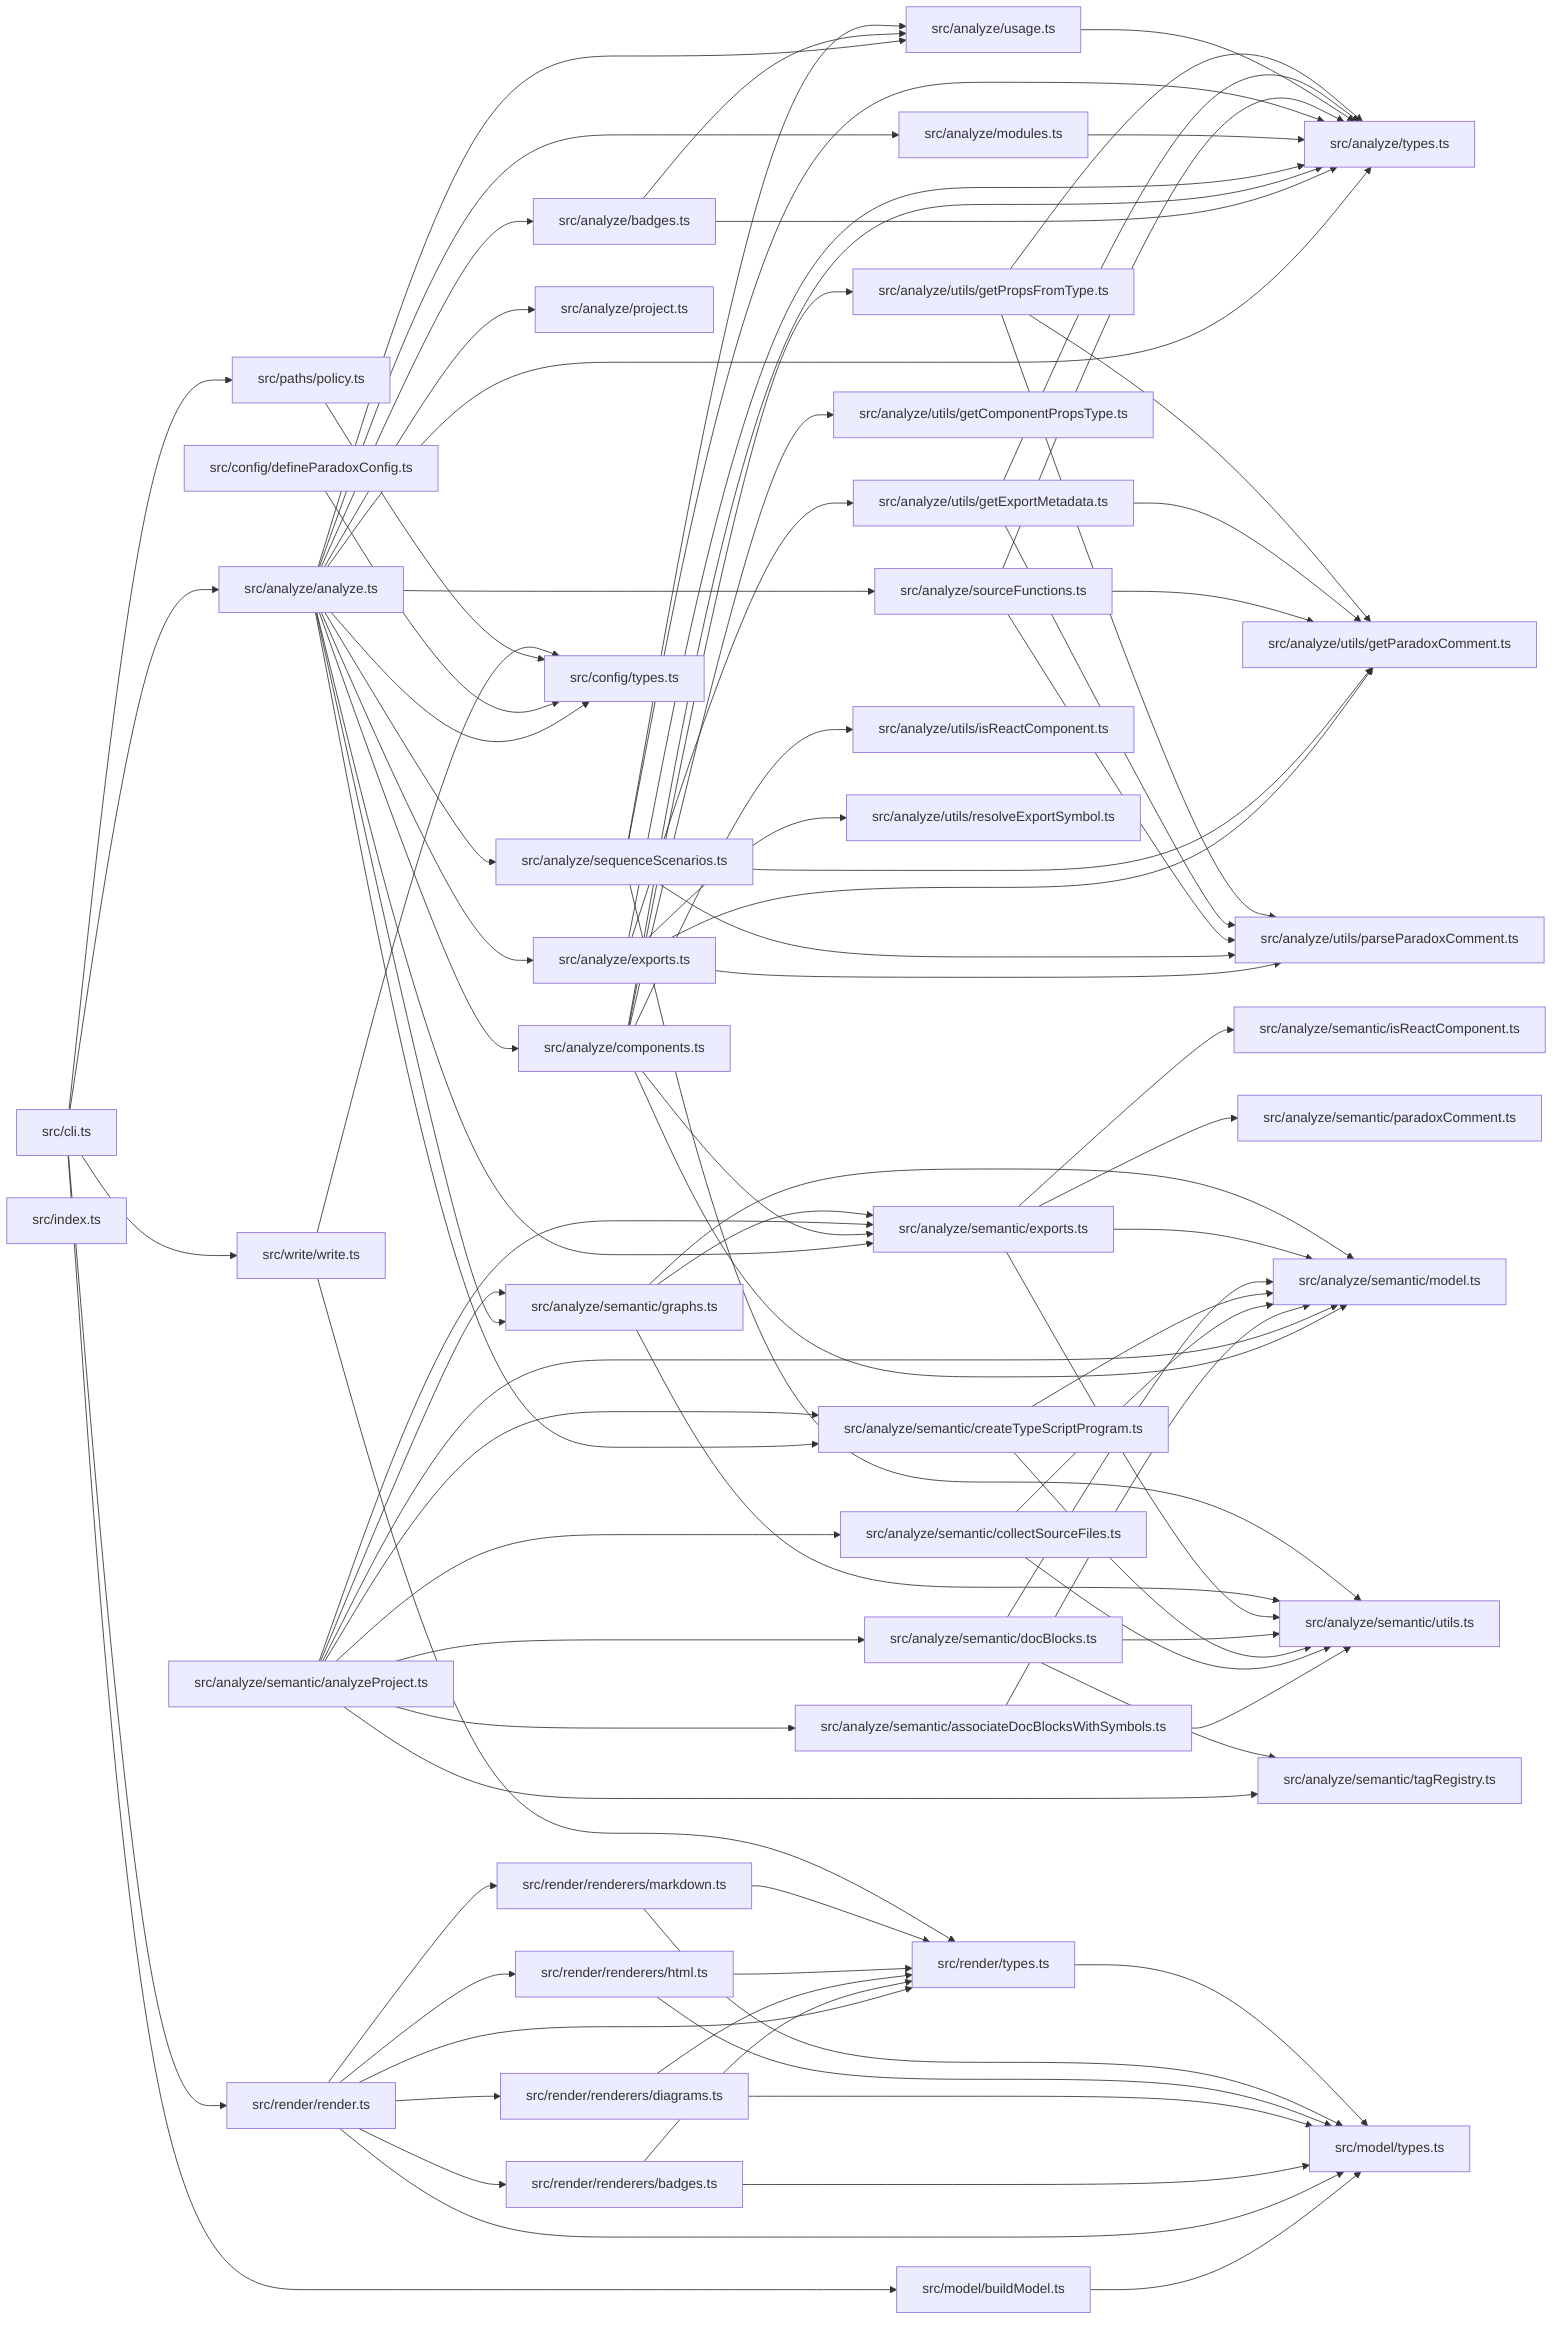
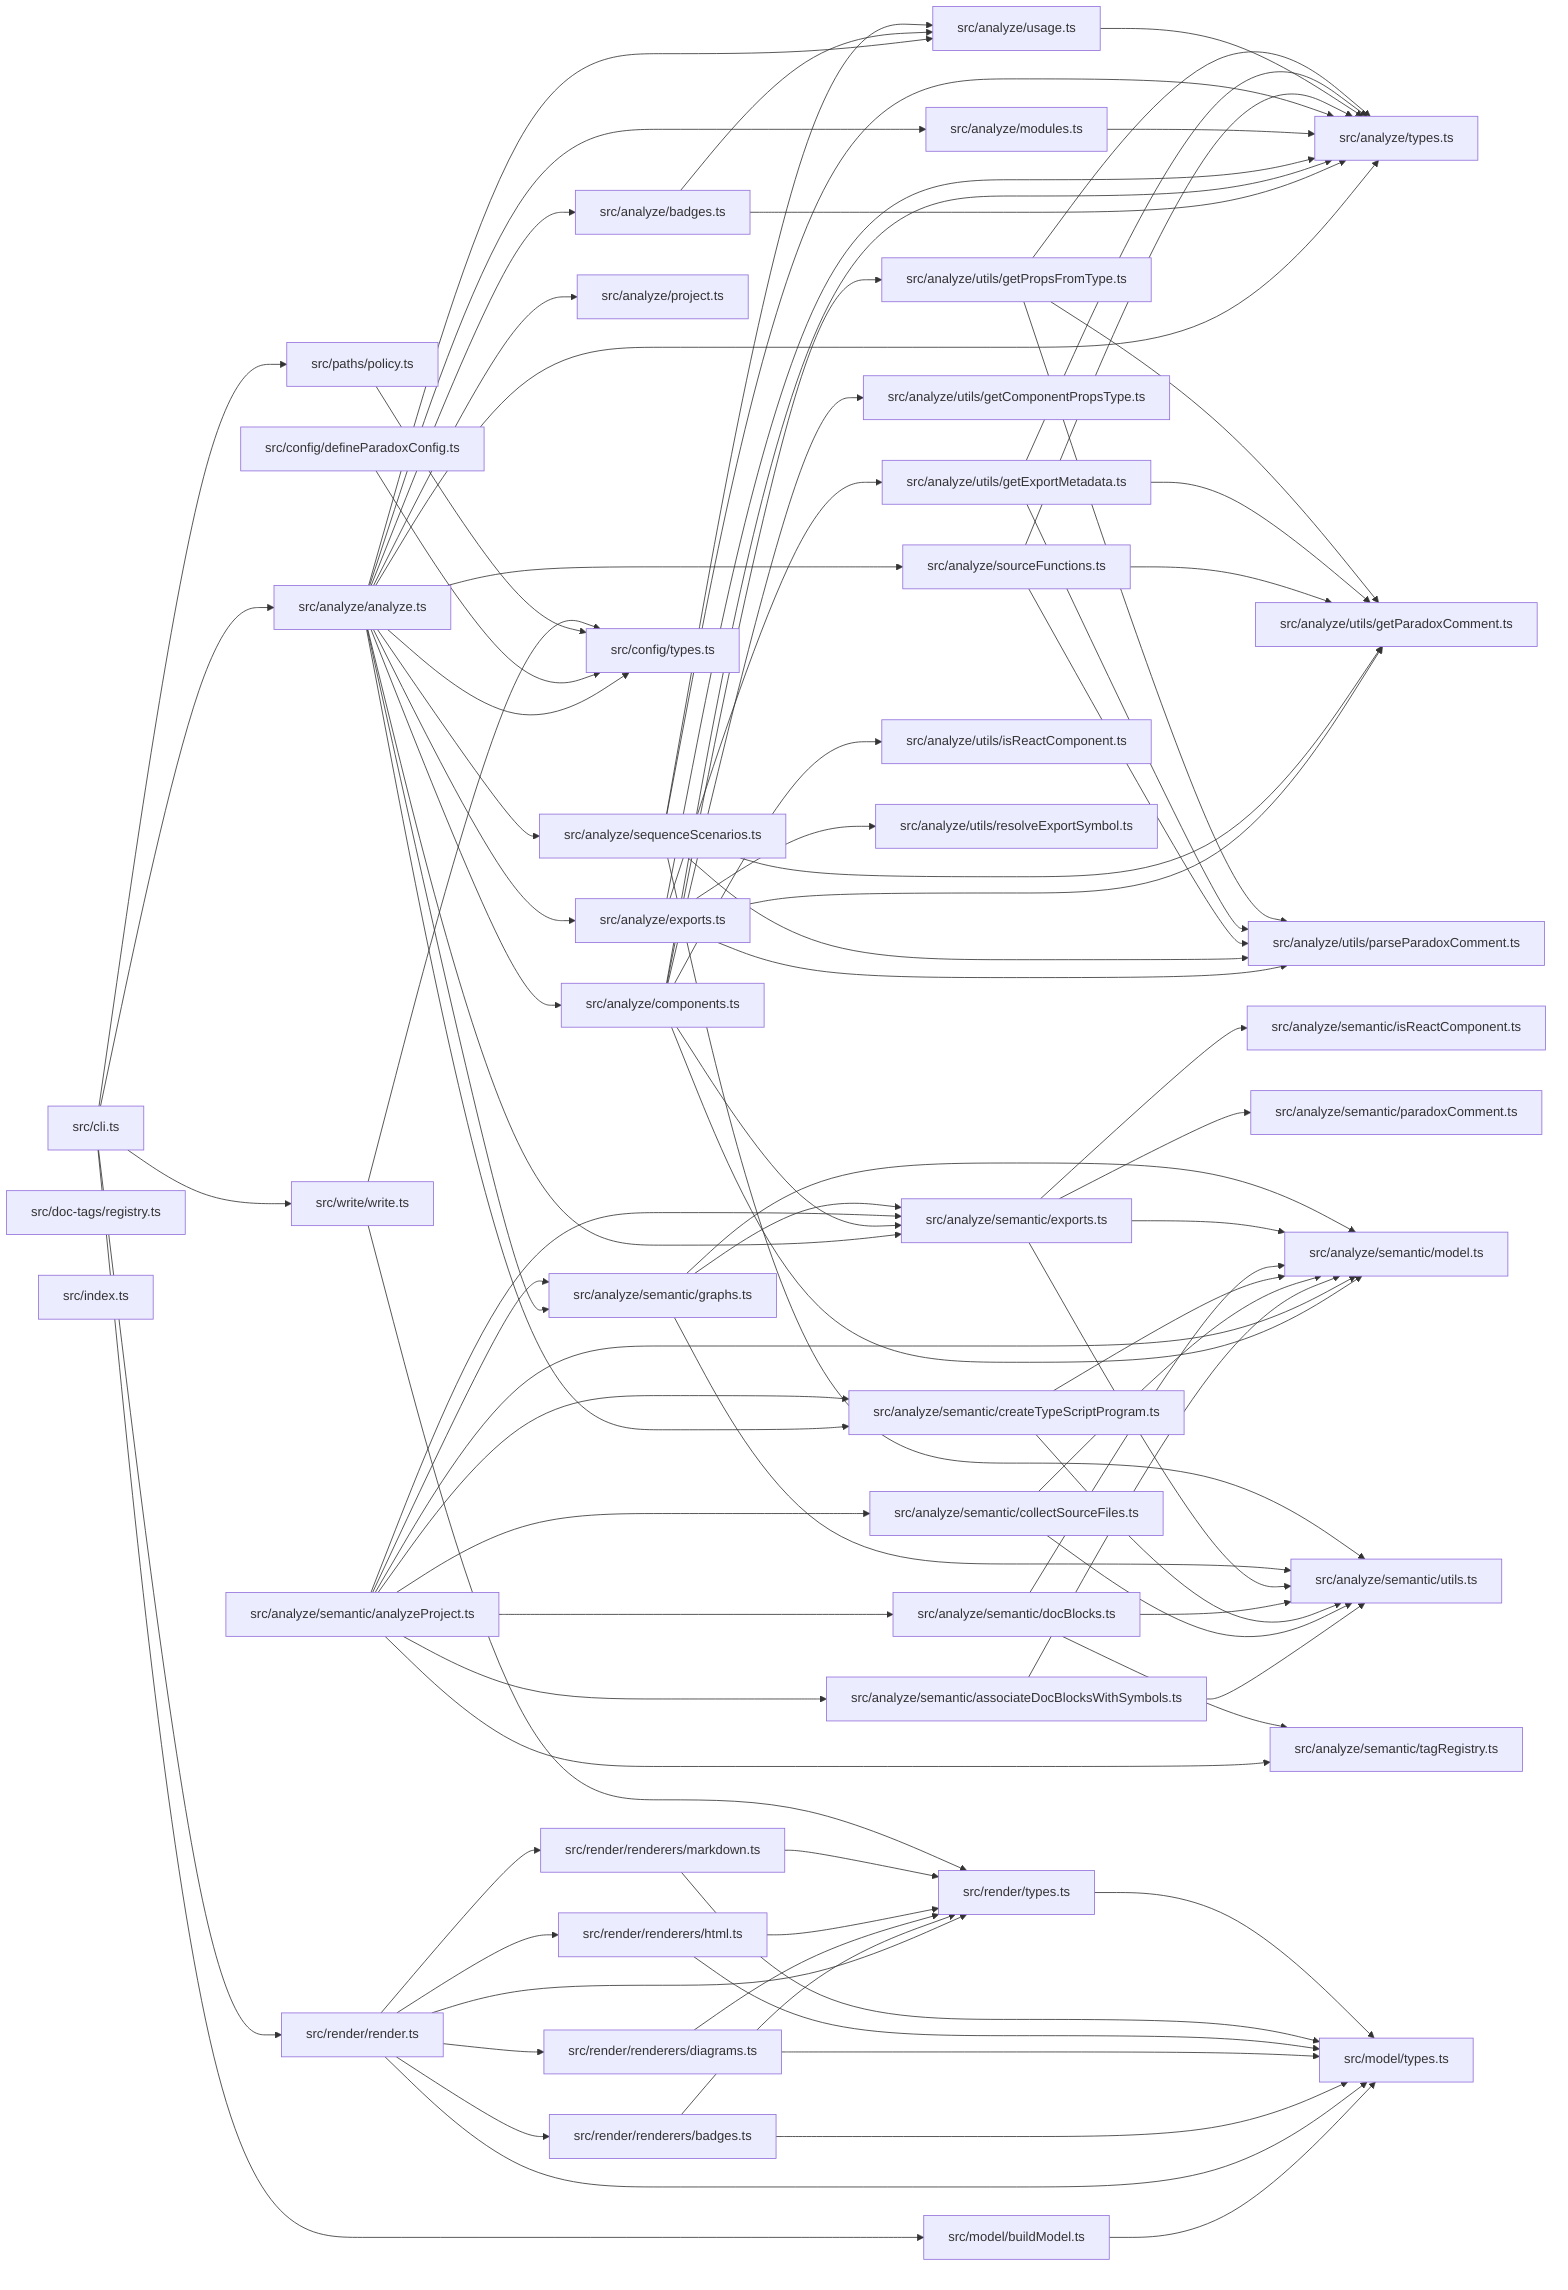
graph LR
  module_src_analyze_analyze_ts["src/analyze/analyze.ts"]
  module_src_analyze_badges_ts["src/analyze/badges.ts"]
  module_src_analyze_components_ts["src/analyze/components.ts"]
  module_src_analyze_exports_ts["src/analyze/exports.ts"]
  module_src_analyze_modules_ts["src/analyze/modules.ts"]
  module_src_analyze_project_ts["src/analyze/project.ts"]
  module_src_analyze_semantic_analyzeProject_ts["src/analyze/semantic/analyzeProject.ts"]
  module_src_analyze_semantic_associateDocBlocksWithSymbols_ts["src/analyze/semantic/associateDocBlocksWithSymbols.ts"]
  module_src_analyze_semantic_collectSourceFiles_ts["src/analyze/semantic/collectSourceFiles.ts"]
  module_src_analyze_semantic_createTypeScriptProgram_ts["src/analyze/semantic/createTypeScriptProgram.ts"]
  module_src_analyze_semantic_docBlocks_ts["src/analyze/semantic/docBlocks.ts"]
  module_src_analyze_semantic_exports_ts["src/analyze/semantic/exports.ts"]
  module_src_analyze_semantic_graphs_ts["src/analyze/semantic/graphs.ts"]
  module_src_analyze_semantic_isReactComponent_ts["src/analyze/semantic/isReactComponent.ts"]
  module_src_analyze_semantic_model_ts["src/analyze/semantic/model.ts"]
  module_src_analyze_semantic_paradoxComment_ts["src/analyze/semantic/paradoxComment.ts"]
  module_src_analyze_semantic_tagRegistry_ts["src/analyze/semantic/tagRegistry.ts"]
  module_src_analyze_semantic_utils_ts["src/analyze/semantic/utils.ts"]
  module_src_analyze_sequenceScenarios_ts["src/analyze/sequenceScenarios.ts"]
  module_src_analyze_sourceFunctions_ts["src/analyze/sourceFunctions.ts"]
  module_src_analyze_types_ts["src/analyze/types.ts"]
  module_src_analyze_usage_ts["src/analyze/usage.ts"]
  module_src_analyze_utils_getComponentPropsType_ts["src/analyze/utils/getComponentPropsType.ts"]
  module_src_analyze_utils_getExportMetadata_ts["src/analyze/utils/getExportMetadata.ts"]
  module_src_analyze_utils_getParadoxComment_ts["src/analyze/utils/getParadoxComment.ts"]
  module_src_analyze_utils_getPropsFromType_ts["src/analyze/utils/getPropsFromType.ts"]
  module_src_analyze_utils_isReactComponent_ts["src/analyze/utils/isReactComponent.ts"]
  module_src_analyze_utils_parseParadoxComment_ts["src/analyze/utils/parseParadoxComment.ts"]
  module_src_analyze_utils_resolveExportSymbol_ts["src/analyze/utils/resolveExportSymbol.ts"]
  module_src_cli_ts["src/cli.ts"]
  module_src_config_defineParadoxConfig_ts["src/config/defineParadoxConfig.ts"]
  module_src_config_types_ts["src/config/types.ts"]
+   module_src_doc_tags_registry_ts["src/doc-tags/registry.ts"]
  module_src_index_ts["src/index.ts"]
  module_src_model_buildModel_ts["src/model/buildModel.ts"]
  module_src_model_types_ts["src/model/types.ts"]
  module_src_paths_policy_ts["src/paths/policy.ts"]
  module_src_render_render_ts["src/render/render.ts"]
  module_src_render_renderers_badges_ts["src/render/renderers/badges.ts"]
  module_src_render_renderers_diagrams_ts["src/render/renderers/diagrams.ts"]
  module_src_render_renderers_html_ts["src/render/renderers/html.ts"]
  module_src_render_renderers_markdown_ts["src/render/renderers/markdown.ts"]
  module_src_render_types_ts["src/render/types.ts"]
  module_src_write_write_ts["src/write/write.ts"]
  module_src_analyze_analyze_ts --> module_src_analyze_badges_ts
  module_src_analyze_analyze_ts --> module_src_analyze_components_ts
  module_src_analyze_analyze_ts --> module_src_analyze_exports_ts
  module_src_analyze_analyze_ts --> module_src_analyze_modules_ts
  module_src_analyze_analyze_ts --> module_src_analyze_project_ts
  module_src_analyze_analyze_ts --> module_src_analyze_semantic_createTypeScriptProgram_ts
  module_src_analyze_analyze_ts --> module_src_analyze_semantic_exports_ts
  module_src_analyze_analyze_ts --> module_src_analyze_semantic_graphs_ts
  module_src_analyze_analyze_ts --> module_src_analyze_sequenceScenarios_ts
  module_src_analyze_analyze_ts --> module_src_analyze_sourceFunctions_ts
  module_src_analyze_analyze_ts --> module_src_analyze_types_ts
  module_src_analyze_analyze_ts --> module_src_analyze_usage_ts
  module_src_analyze_analyze_ts --> module_src_config_types_ts
  module_src_analyze_badges_ts --> module_src_analyze_types_ts
  module_src_analyze_badges_ts --> module_src_analyze_usage_ts
  module_src_analyze_components_ts --> module_src_analyze_semantic_exports_ts
  module_src_analyze_components_ts --> module_src_analyze_semantic_model_ts
  module_src_analyze_components_ts --> module_src_analyze_types_ts
  module_src_analyze_components_ts --> module_src_analyze_utils_getComponentPropsType_ts
  module_src_analyze_components_ts --> module_src_analyze_utils_getPropsFromType_ts
  module_src_analyze_components_ts --> module_src_analyze_utils_isReactComponent_ts
  module_src_analyze_exports_ts --> module_src_analyze_types_ts
  module_src_analyze_exports_ts --> module_src_analyze_utils_getExportMetadata_ts
  module_src_analyze_exports_ts --> module_src_analyze_utils_getParadoxComment_ts
  module_src_analyze_exports_ts --> module_src_analyze_utils_parseParadoxComment_ts
  module_src_analyze_exports_ts --> module_src_analyze_utils_resolveExportSymbol_ts
  module_src_analyze_modules_ts --> module_src_analyze_types_ts
  module_src_analyze_semantic_analyzeProject_ts --> module_src_analyze_semantic_associateDocBlocksWithSymbols_ts
  module_src_analyze_semantic_analyzeProject_ts --> module_src_analyze_semantic_collectSourceFiles_ts
  module_src_analyze_semantic_analyzeProject_ts --> module_src_analyze_semantic_createTypeScriptProgram_ts
  module_src_analyze_semantic_analyzeProject_ts --> module_src_analyze_semantic_docBlocks_ts
  module_src_analyze_semantic_analyzeProject_ts --> module_src_analyze_semantic_exports_ts
  module_src_analyze_semantic_analyzeProject_ts --> module_src_analyze_semantic_graphs_ts
  module_src_analyze_semantic_analyzeProject_ts --> module_src_analyze_semantic_model_ts
  module_src_analyze_semantic_analyzeProject_ts --> module_src_analyze_semantic_tagRegistry_ts
  module_src_analyze_semantic_associateDocBlocksWithSymbols_ts --> module_src_analyze_semantic_model_ts
  module_src_analyze_semantic_associateDocBlocksWithSymbols_ts --> module_src_analyze_semantic_utils_ts
  module_src_analyze_semantic_collectSourceFiles_ts --> module_src_analyze_semantic_model_ts
  module_src_analyze_semantic_collectSourceFiles_ts --> module_src_analyze_semantic_utils_ts
  module_src_analyze_semantic_createTypeScriptProgram_ts --> module_src_analyze_semantic_model_ts
  module_src_analyze_semantic_createTypeScriptProgram_ts --> module_src_analyze_semantic_utils_ts
  module_src_analyze_semantic_docBlocks_ts --> module_src_analyze_semantic_model_ts
  module_src_analyze_semantic_docBlocks_ts --> module_src_analyze_semantic_tagRegistry_ts
  module_src_analyze_semantic_docBlocks_ts --> module_src_analyze_semantic_utils_ts
  module_src_analyze_semantic_exports_ts --> module_src_analyze_semantic_isReactComponent_ts
  module_src_analyze_semantic_exports_ts --> module_src_analyze_semantic_model_ts
  module_src_analyze_semantic_exports_ts --> module_src_analyze_semantic_paradoxComment_ts
  module_src_analyze_semantic_exports_ts --> module_src_analyze_semantic_utils_ts
  module_src_analyze_semantic_graphs_ts --> module_src_analyze_semantic_exports_ts
  module_src_analyze_semantic_graphs_ts --> module_src_analyze_semantic_model_ts
  module_src_analyze_semantic_graphs_ts --> module_src_analyze_semantic_utils_ts
  module_src_analyze_sequenceScenarios_ts --> module_src_analyze_semantic_utils_ts
  module_src_analyze_sequenceScenarios_ts --> module_src_analyze_types_ts
  module_src_analyze_sequenceScenarios_ts --> module_src_analyze_usage_ts
  module_src_analyze_sequenceScenarios_ts --> module_src_analyze_utils_getParadoxComment_ts
  module_src_analyze_sequenceScenarios_ts --> module_src_analyze_utils_parseParadoxComment_ts
  module_src_analyze_sourceFunctions_ts --> module_src_analyze_types_ts
  module_src_analyze_sourceFunctions_ts --> module_src_analyze_utils_getParadoxComment_ts
  module_src_analyze_sourceFunctions_ts --> module_src_analyze_utils_parseParadoxComment_ts
  module_src_analyze_usage_ts --> module_src_analyze_types_ts
  module_src_analyze_utils_getExportMetadata_ts --> module_src_analyze_types_ts
  module_src_analyze_utils_getExportMetadata_ts --> module_src_analyze_utils_getParadoxComment_ts
  module_src_analyze_utils_getExportMetadata_ts --> module_src_analyze_utils_parseParadoxComment_ts
  module_src_analyze_utils_getPropsFromType_ts --> module_src_analyze_types_ts
  module_src_analyze_utils_getPropsFromType_ts --> module_src_analyze_utils_getParadoxComment_ts
  module_src_analyze_utils_getPropsFromType_ts --> module_src_analyze_utils_parseParadoxComment_ts
  module_src_cli_ts --> module_src_analyze_analyze_ts
  module_src_cli_ts --> module_src_model_buildModel_ts
  module_src_cli_ts --> module_src_paths_policy_ts
  module_src_cli_ts --> module_src_render_render_ts
  module_src_cli_ts --> module_src_write_write_ts
  module_src_config_defineParadoxConfig_ts --> module_src_config_types_ts
  module_src_model_buildModel_ts --> module_src_model_types_ts
  module_src_paths_policy_ts --> module_src_config_types_ts
  module_src_render_render_ts --> module_src_model_types_ts
  module_src_render_render_ts --> module_src_render_renderers_badges_ts
  module_src_render_render_ts --> module_src_render_renderers_diagrams_ts
  module_src_render_render_ts --> module_src_render_renderers_html_ts
  module_src_render_render_ts --> module_src_render_renderers_markdown_ts
  module_src_render_render_ts --> module_src_render_types_ts
  module_src_render_renderers_badges_ts --> module_src_model_types_ts
  module_src_render_renderers_badges_ts --> module_src_render_types_ts
  module_src_render_renderers_diagrams_ts --> module_src_model_types_ts
  module_src_render_renderers_diagrams_ts --> module_src_render_types_ts
  module_src_render_renderers_html_ts --> module_src_model_types_ts
  module_src_render_renderers_html_ts --> module_src_render_types_ts
  module_src_render_renderers_markdown_ts --> module_src_model_types_ts
  module_src_render_renderers_markdown_ts --> module_src_render_types_ts
  module_src_render_types_ts --> module_src_model_types_ts
  module_src_write_write_ts --> module_src_config_types_ts
  module_src_write_write_ts --> module_src_render_types_ts
